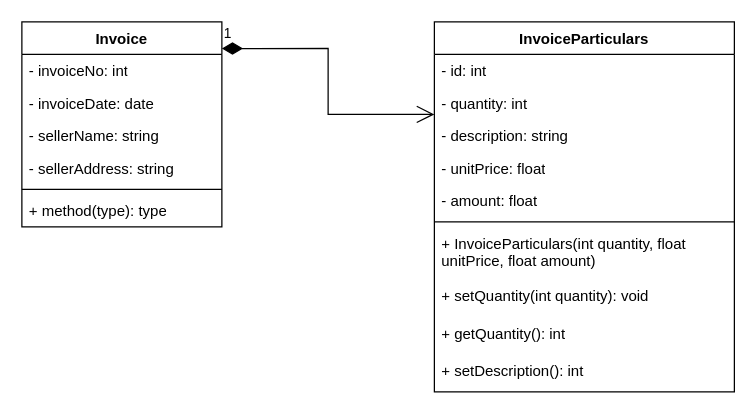
onlits-learning-solutions/ols2402 keeps this draw.io diagram as uml/invoice.drawio. Above is the earlier version. Source tidied: cells renumbered, new cells numbered last; positions are measured from the earlier drawing's top-left corner, leaving out a move shared by most shapes. Both pictures are drawn from the tidied source at 125%, with x=0, y=0 at pixel (21, 21).
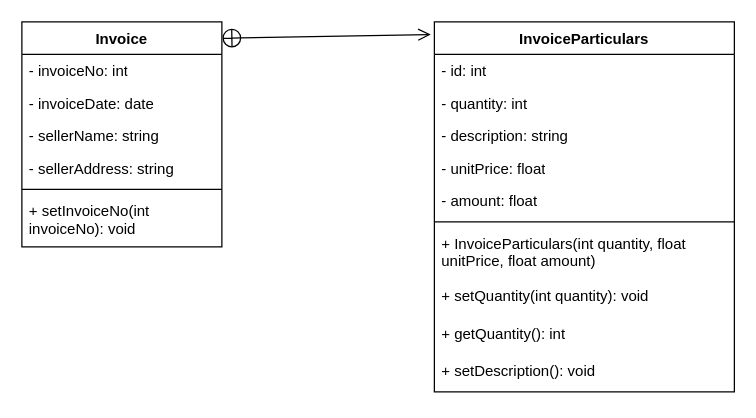
The same page after the edit.

The change refers to these unchanged cells:
```xml
<mxCell id="9" value="InvoiceParticulars" style="swimlane;fontStyle=1;align=center;verticalAlign=top;horizontal=1;startSize=26;whiteSpace=wrap;html=1;" parent="1" vertex="1">
  <mxGeometry x="330" width="240" height="296" as="geometry" />
</mxCell>
```

Change to the diagram source:
```diff
@@
     <mxCell id="2" value="Invoice" style="swimlane;fontStyle=1;align=center;verticalAlign=top;horizontal=1;startSize=26;whiteSpace=wrap;html=1;" parent="1" vertex="1">
-      <mxGeometry width="160" height="164" as="geometry" />
+      <mxGeometry width="160" height="180" as="geometry" />
     </mxCell>
@@
-    <mxCell id="8" value="+ method(type): type" style="text;strokeColor=none;fillColor=none;align=left;verticalAlign=top;spacingLeft=4;spacingRight=4;overflow=hidden;whiteSpace=wrap;html=1;" parent="2" vertex="1">
-      <mxGeometry y="138" width="160" height="26" as="geometry" />
+    <mxCell id="8" value="+ setInvoiceNo(int invoiceNo): void" style="text;strokeColor=none;fillColor=none;align=left;verticalAlign=top;spacingLeft=4;spacingRight=4;overflow=hidden;whiteSpace=wrap;html=1;" parent="2" vertex="1">
+      <mxGeometry y="138" width="160" height="42" as="geometry" />
     </mxCell>
@@
-    <mxCell id="19" value="+ setDescription(): int" style="text;strokeColor=none;fillColor=none;align=left;verticalAlign=top;spacingLeft=4;spacingRight=4;overflow=hidden;whiteSpace=wrap;html=1;" parent="9" vertex="1">
+    <mxCell id="19" value="+ setDescription(): void" style="text;strokeColor=none;fillColor=none;align=left;verticalAlign=top;spacingLeft=4;spacingRight=4;overflow=hidden;whiteSpace=wrap;html=1;" parent="9" vertex="1">
       <mxGeometry y="266" width="240" height="30" as="geometry" />
     </mxCell>
-    <mxCell id="20" value="1" style="endArrow=open;html=1;endSize=12;startArrow=diamondThin;startSize=14;startFill=1;edgeStyle=orthogonalEdgeStyle;align=left;verticalAlign=bottom;rounded=0;exitX=1;exitY=0.13;exitDx=0;exitDy=0;entryX=0;entryY=0.25;entryDx=0;entryDy=0;exitPerimeter=0;" parent="1" edge="1" source="2" target="9">
-      <mxGeometry x="-1" y="3" relative="1" as="geometry" />
+    <mxCell id="20" style="endArrow=open;startArrow=circlePlus;endFill=0;startFill=0;endSize=8;html=1;rounded=0;exitX=1;exitY=0.073;exitDx=0;exitDy=0;exitPerimeter=0;entryX=-0.012;entryY=0.034;entryDx=0;entryDy=0;entryPerimeter=0;" parent="1" edge="1" source="2" target="9">
+      <mxGeometry relative="1" as="geometry" />
     </mxCell>
```
